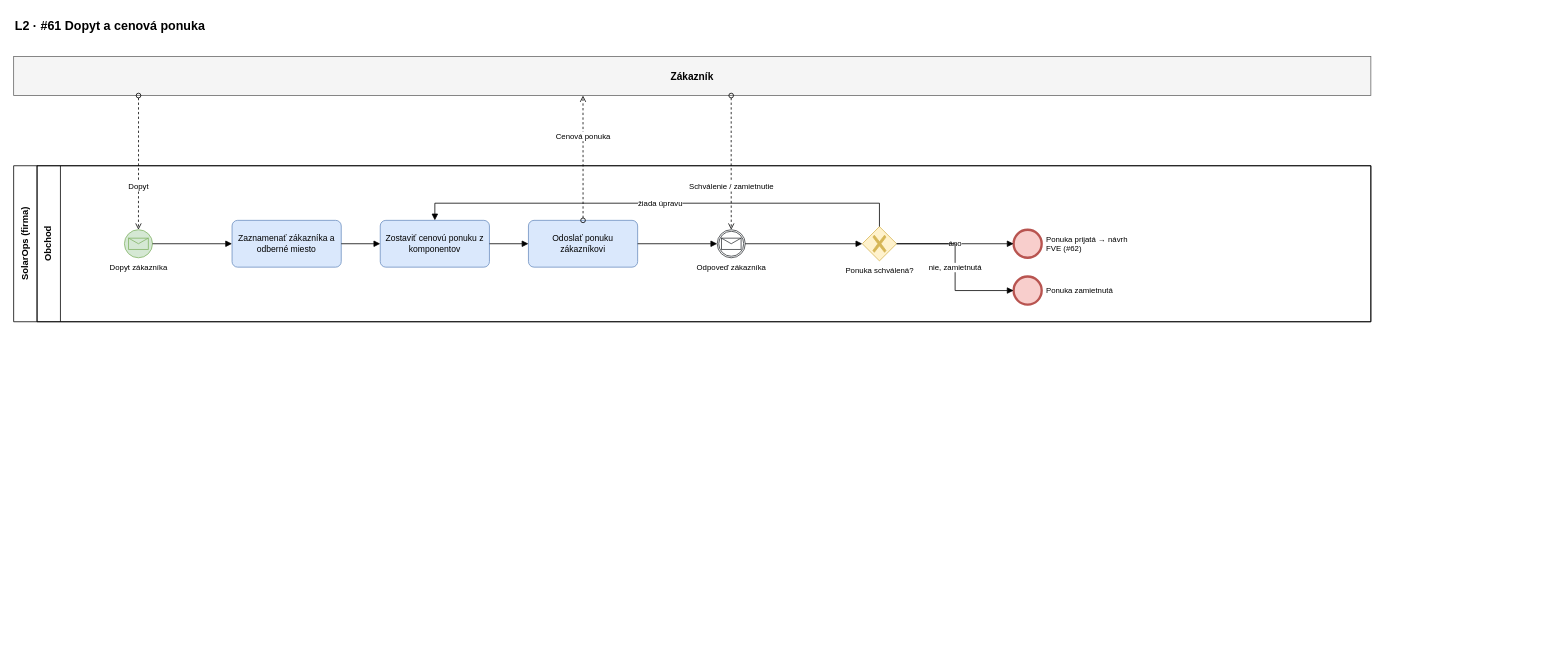
Above: page "#61 Dopyt a ponuka" (2 of 11) of docs/bpmn/solarops-bpmn.drawio in takacmichal/AISPU (draw.io), before the change. Source tidied: cells renumbered, new cells numbered last; positions are measured from the earlier drawing's top-left corner, leaving out a move shared by most shapes. Both pictures are drawn from the tidied source at 78%, with x=0, y=0 at pixel (13, 13).
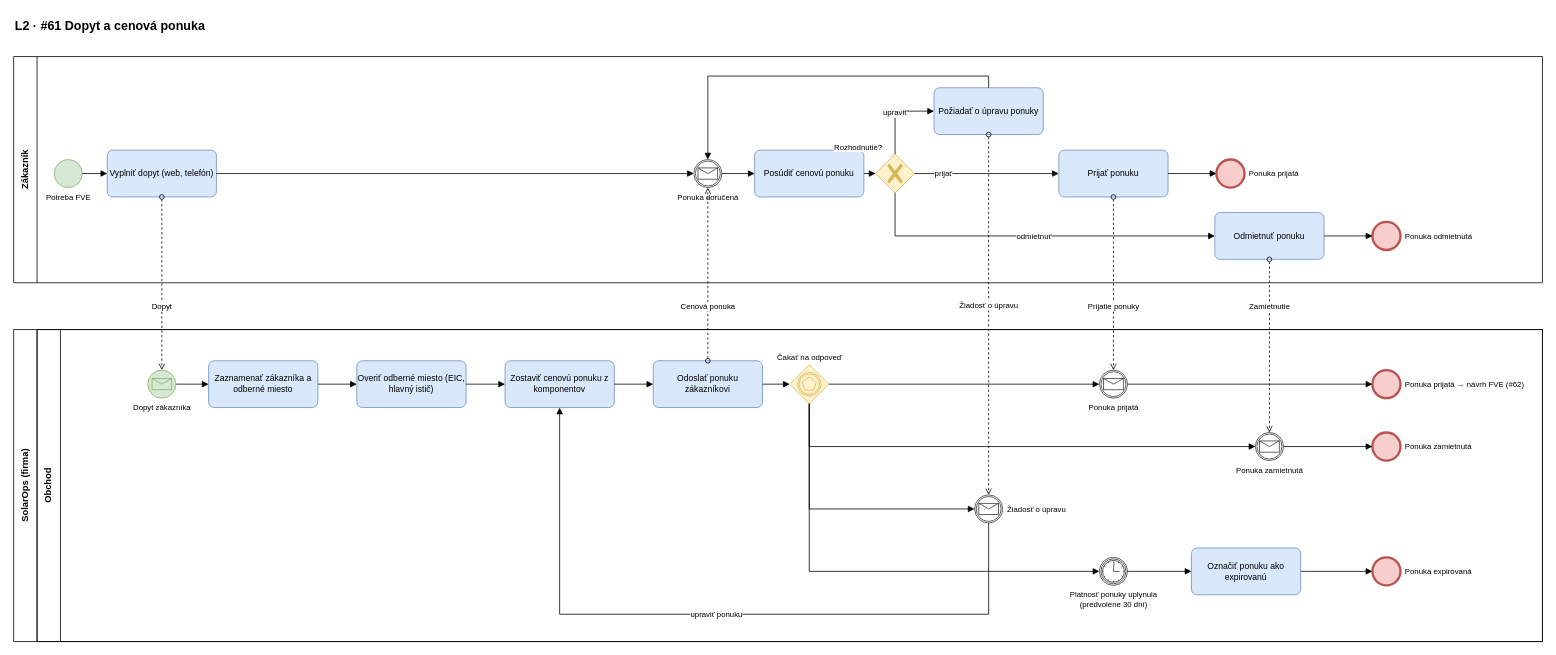
Above is the later version.

The edit, as a diff of the source:
```diff
@@
-    <mxCell id="3" value="Zákazník" style="rounded=0;whiteSpace=wrap;html=1;fillColor=#f5f5f5;strokeColor=#666666;fontStyle=1;fontSize=13;" parent="1" vertex="1">
-      <mxGeometry y="55" width="1740" height="50" as="geometry" />
+    <mxCell id="3" value="Zákazník" style="swimlane;horizontal=0;whiteSpace=wrap;html=1;startSize=30;fontStyle=1;fillColor=none;" parent="1" vertex="1">
+      <mxGeometry y="55" width="1960" height="290" as="geometry" />
     </mxCell>
     <mxCell id="4" value="SolarOps (firma)" style="swimlane;horizontal=0;whiteSpace=wrap;html=1;startSize=30;fontStyle=1;fillColor=none;" parent="1" vertex="1">
-      <mxGeometry y="195" width="1740" height="200" as="geometry" />
+      <mxGeometry y="405" width="1960" height="400" as="geometry" />
     </mxCell>
     <mxCell id="5" value="Obchod" style="swimlane;horizontal=0;whiteSpace=wrap;html=1;startSize=30;fillColor=none;" parent="4" vertex="1">
-      <mxGeometry x="30" width="1710" height="200" as="geometry" />
+      <mxGeometry x="30" width="1930" height="400" as="geometry" />
     </mxCell>
+    <mxCell id="25" value="Potreba FVE" style="shape=mxgraph.bpmn.shape;html=1;labelBackgroundColor=#ffffff;perimeter=ellipsePerimeter;outlineConnect=0;fontSize=10;outline=standard;symbol=general;fillColor=#d5e8d4;strokeColor=#82b366;verticalLabelPosition=bottom;verticalAlign=top;labelPosition=center;align=center;" parent="3" vertex="1">
+      <mxGeometry x="52" y="132" width="36" height="36" as="geometry" />
+    </mxCell>
+    <mxCell id="26" value="Vyplniť dopyt (web, telefón)" style="rounded=1;whiteSpace=wrap;html=1;arcSize=12;fillColor=#dae8fc;strokeColor=#6c8ebf;fontSize=11;" parent="3" vertex="1">
+      <mxGeometry x="120" y="120" width="140" height="60" as="geometry" />
+    </mxCell>
+    <mxCell id="27" value="Ponuka doručená" style="shape=mxgraph.bpmn.shape;html=1;labelBackgroundColor=#ffffff;perimeter=ellipsePerimeter;outlineConnect=0;fontSize=10;outline=catching;symbol=message;fillColor=#ffffff;strokeColor=#36393d;verticalLabelPosition=bottom;verticalAlign=top;labelPosition=center;align=center;" parent="3" vertex="1">
+      <mxGeometry x="872" y="132" width="36" height="36" as="geometry" />
+    </mxCell>
+    <mxCell id="28" value="Posúdiť cenovú ponuku" style="rounded=1;whiteSpace=wrap;html=1;arcSize=12;fillColor=#dae8fc;strokeColor=#6c8ebf;fontSize=11;" parent="3" vertex="1">
+      <mxGeometry x="950" y="120" width="140" height="60" as="geometry" />
+    </mxCell>
+    <mxCell id="29" value="Rozhodnutie?" style="shape=mxgraph.bpmn.gateway2;html=1;labelBackgroundColor=#ffffff;perimeter=rhombusPerimeter;outlineConnect=0;fillColor=#fff2cc;strokeColor=#d6b656;fontSize=10;outline=none;symbol=none;gwType=exclusive;verticalLabelPosition=top;verticalAlign=bottom;labelPosition=left;align=right;spacingRight=-10;" parent="3" vertex="1">
+      <mxGeometry x="1105" y="125" width="50" height="50" as="geometry" />
+    </mxCell>
+    <mxCell id="30" value="Prijať ponuku" style="rounded=1;whiteSpace=wrap;html=1;arcSize=12;fillColor=#dae8fc;strokeColor=#6c8ebf;fontSize=11;" parent="3" vertex="1">
+      <mxGeometry x="1340" y="120" width="140" height="60" as="geometry" />
+    </mxCell>
+    <mxCell id="31" value="Ponuka prijatá" style="shape=mxgraph.bpmn.shape;html=1;labelBackgroundColor=#ffffff;perimeter=ellipsePerimeter;outlineConnect=0;fontSize=10;outline=end;symbol=general;fillColor=#f8cecc;strokeColor=#b85450;verticalLabelPosition=middle;verticalAlign=middle;labelPosition=right;align=left;spacingLeft=4;" parent="3" vertex="1">
+      <mxGeometry x="1542" y="132" width="36" height="36" as="geometry" />
+    </mxCell>
+    <mxCell id="32" value="Požiadať o úpravu ponuky" style="rounded=1;whiteSpace=wrap;html=1;arcSize=12;fillColor=#dae8fc;strokeColor=#6c8ebf;fontSize=11;" parent="3" vertex="1">
+      <mxGeometry x="1180" y="40" width="140" height="60" as="geometry" />
+    </mxCell>
+    <mxCell id="33" value="Odmietnuť ponuku" style="rounded=1;whiteSpace=wrap;html=1;arcSize=12;fillColor=#dae8fc;strokeColor=#6c8ebf;fontSize=11;" parent="3" vertex="1">
+      <mxGeometry x="1540" y="200" width="140" height="60" as="geometry" />
+    </mxCell>
+    <mxCell id="34" value="Ponuka odmietnutá" style="shape=mxgraph.bpmn.shape;html=1;labelBackgroundColor=#ffffff;perimeter=ellipsePerimeter;outlineConnect=0;fontSize=10;outline=end;symbol=general;fillColor=#f8cecc;strokeColor=#b85450;verticalLabelPosition=middle;verticalAlign=middle;labelPosition=right;align=left;spacingLeft=4;" parent="3" vertex="1">
+      <mxGeometry x="1742" y="212" width="36" height="36" as="geometry" />
+    </mxCell>
     <mxCell id="6" value="Dopyt zákazníka" style="shape=mxgraph.bpmn.shape;html=1;labelBackgroundColor=#ffffff;perimeter=ellipsePerimeter;outlineConnect=0;fontSize=10;outline=standard;symbol=message;fillColor=#d5e8d4;strokeColor=#82b366;verticalLabelPosition=bottom;verticalAlign=top;labelPosition=center;align=center;" parent="5" vertex="1">
-      <mxGeometry x="112" y="82" width="36" height="36" as="geometry" />
+      <mxGeometry x="142" y="52" width="36" height="36" as="geometry" />
     </mxCell>
     <mxCell id="7" value="Zaznamenať zákazníka a odberné miesto" style="rounded=1;whiteSpace=wrap;html=1;arcSize=12;fillColor=#dae8fc;strokeColor=#6c8ebf;fontSize=11;" parent="5" vertex="1">
-      <mxGeometry x="250" y="70" width="140" height="60" as="geometry" />
+      <mxGeometry x="220" y="40" width="140" height="60" as="geometry" />
     </mxCell>
+    <mxCell id="35" value="Overiť odberné miesto (EIC, hlavný istič)" style="rounded=1;whiteSpace=wrap;html=1;arcSize=12;fillColor=#dae8fc;strokeColor=#6c8ebf;fontSize=11;" parent="5" vertex="1">
+      <mxGeometry x="410" y="40" width="140" height="60" as="geometry" />
+    </mxCell>
     <mxCell id="8" value="Zostaviť cenovú ponuku z komponentov" style="rounded=1;whiteSpace=wrap;html=1;arcSize=12;fillColor=#dae8fc;strokeColor=#6c8ebf;fontSize=11;" parent="5" vertex="1">
-      <mxGeometry x="440" y="70" width="140" height="60" as="geometry" />
+      <mxGeometry x="600" y="40" width="140" height="60" as="geometry" />
     </mxCell>
     <mxCell id="9" value="Odoslať ponuku zákazníkovi" style="rounded=1;whiteSpace=wrap;html=1;arcSize=12;fillColor=#dae8fc;strokeColor=#6c8ebf;fontSize=11;" parent="5" vertex="1">
-      <mxGeometry x="630" y="70" width="140" height="60" as="geometry" />
+      <mxGeometry x="790" y="40" width="140" height="60" as="geometry" />
     </mxCell>
-    <mxCell id="10" value="Odpoveď zákazníka" style="shape=mxgraph.bpmn.shape;html=1;labelBackgroundColor=#ffffff;perimeter=ellipsePerimeter;outlineConnect=0;fontSize=10;outline=catching;symbol=message;fillColor=#ffffff;strokeColor=#36393d;verticalLabelPosition=bottom;verticalAlign=top;labelPosition=center;align=center;" parent="5" vertex="1">
-      <mxGeometry x="872" y="82" width="36" height="36" as="geometry" />
-    </mxCell>
-    <mxCell id="11" value="Ponuka schválená?" style="shape=mxgraph.bpmn.gateway2;html=1;labelBackgroundColor=#ffffff;perimeter=rhombusPerimeter;outlineConnect=0;fillColor=#fff2cc;strokeColor=#d6b656;fontSize=10;outline=none;symbol=none;gwType=exclusive;verticalLabelPosition=bottom;verticalAlign=top;labelPosition=center;align=center;" parent="5" vertex="1">
-      <mxGeometry x="1058" y="78" width="44" height="44" as="geometry" />
-    </mxCell>
+    <mxCell id="36" value="Čakať na odpoveď" style="shape=mxgraph.bpmn.gateway2;html=1;labelBackgroundColor=#ffffff;perimeter=rhombusPerimeter;outlineConnect=0;fillColor=#fff2cc;strokeColor=#d6b656;fontSize=10;outline=catching;symbol=multiple;verticalLabelPosition=top;verticalAlign=bottom;labelPosition=center;align=center;" parent="5" vertex="1">
+      <mxGeometry x="965" y="45" width="50" height="50" as="geometry" />
+    </mxCell>
+    <mxCell id="37" value="Ponuka prijatá" style="shape=mxgraph.bpmn.shape;html=1;labelBackgroundColor=#ffffff;perimeter=ellipsePerimeter;outlineConnect=0;fontSize=10;outline=catching;symbol=message;fillColor=#ffffff;strokeColor=#36393d;verticalLabelPosition=bottom;verticalAlign=top;labelPosition=center;align=center;" parent="5" vertex="1">
+      <mxGeometry x="1362" y="52" width="36" height="36" as="geometry" />
+    </mxCell>
-    <mxCell id="12" value="Ponuka prijatá → návrh&lt;br&gt;FVE (#62)" style="shape=mxgraph.bpmn.shape;html=1;labelBackgroundColor=#ffffff;perimeter=ellipsePerimeter;outlineConnect=0;fontSize=10;outline=end;symbol=general;fillColor=#f8cecc;strokeColor=#b85450;verticalLabelPosition=middle;verticalAlign=middle;labelPosition=right;align=left;spacingLeft=4;" parent="5" vertex="1">
-      <mxGeometry x="1252" y="82" width="36" height="36" as="geometry" />
+    <mxCell id="12" value="Ponuka prijatá → návrh FVE (#62)" style="shape=mxgraph.bpmn.shape;html=1;labelBackgroundColor=#ffffff;perimeter=ellipsePerimeter;outlineConnect=0;fontSize=10;outline=end;symbol=general;fillColor=#f8cecc;strokeColor=#b85450;verticalLabelPosition=middle;verticalAlign=middle;labelPosition=right;align=left;spacingLeft=4;" parent="5" vertex="1">
+      <mxGeometry x="1712" y="52" width="36" height="36" as="geometry" />
     </mxCell>
+    <mxCell id="38" value="Ponuka zamietnutá" style="shape=mxgraph.bpmn.shape;html=1;labelBackgroundColor=#ffffff;perimeter=ellipsePerimeter;outlineConnect=0;fontSize=10;outline=catching;symbol=message;fillColor=#ffffff;strokeColor=#36393d;verticalLabelPosition=bottom;verticalAlign=top;labelPosition=center;align=center;" parent="5" vertex="1">
+      <mxGeometry x="1562" y="132" width="36" height="36" as="geometry" />
+    </mxCell>
     <mxCell id="13" value="Ponuka zamietnutá" style="shape=mxgraph.bpmn.shape;html=1;labelBackgroundColor=#ffffff;perimeter=ellipsePerimeter;outlineConnect=0;fontSize=10;outline=end;symbol=general;fillColor=#f8cecc;strokeColor=#b85450;verticalLabelPosition=middle;verticalAlign=middle;labelPosition=right;align=left;spacingLeft=4;" parent="5" vertex="1">
-      <mxGeometry x="1252" y="142" width="36" height="36" as="geometry" />
+      <mxGeometry x="1712" y="132" width="36" height="36" as="geometry" />
     </mxCell>
+    <mxCell id="39" value="Žiadosť o úpravu" style="shape=mxgraph.bpmn.shape;html=1;labelBackgroundColor=#ffffff;perimeter=ellipsePerimeter;outlineConnect=0;fontSize=10;outline=catching;symbol=message;fillColor=#ffffff;strokeColor=#36393d;verticalLabelPosition=middle;verticalAlign=middle;labelPosition=right;align=left;spacingLeft=4;" parent="5" vertex="1">
+      <mxGeometry x="1202" y="212" width="36" height="36" as="geometry" />
+    </mxCell>
+    <mxCell id="40" value="Platnosť ponuky uplynula&lt;br&gt;(predvolene 30 dní)" style="shape=mxgraph.bpmn.shape;html=1;labelBackgroundColor=#ffffff;perimeter=ellipsePerimeter;outlineConnect=0;fontSize=10;outline=catching;symbol=timer;fillColor=#ffffff;strokeColor=#36393d;verticalLabelPosition=bottom;verticalAlign=top;labelPosition=center;align=center;" parent="5" vertex="1">
+      <mxGeometry x="1362" y="292" width="36" height="36" as="geometry" />
+    </mxCell>
+    <mxCell id="41" value="Označiť ponuku ako expirovanú" style="rounded=1;whiteSpace=wrap;html=1;arcSize=12;fillColor=#dae8fc;strokeColor=#6c8ebf;fontSize=11;" parent="5" vertex="1">
+      <mxGeometry x="1480" y="280" width="140" height="60" as="geometry" />
+    </mxCell>
+    <mxCell id="42" value="Ponuka expirovaná" style="shape=mxgraph.bpmn.shape;html=1;labelBackgroundColor=#ffffff;perimeter=ellipsePerimeter;outlineConnect=0;fontSize=10;outline=end;symbol=general;fillColor=#f8cecc;strokeColor=#b85450;verticalLabelPosition=middle;verticalAlign=middle;labelPosition=right;align=left;spacingLeft=4;" parent="5" vertex="1">
+      <mxGeometry x="1712" y="292" width="36" height="36" as="geometry" />
+    </mxCell>
+    <mxCell id="43" style="edgeStyle=orthogonalEdgeStyle;rounded=0;html=1;endArrow=block;endFill=1;fontSize=10;labelBackgroundColor=#ffffff;exitX=1;exitY=0.5;entryX=0;entryY=0.5;" parent="1" edge="1" source="25" target="26">
+      <mxGeometry relative="1" as="geometry" />
+    </mxCell>
+    <mxCell id="44" style="edgeStyle=orthogonalEdgeStyle;rounded=0;html=1;endArrow=block;endFill=1;fontSize=10;labelBackgroundColor=#ffffff;exitX=1;exitY=0.5;entryX=0;entryY=0.5;" parent="1" edge="1" source="26" target="27">
+      <mxGeometry relative="1" as="geometry" />
+    </mxCell>
+    <mxCell id="45" style="edgeStyle=orthogonalEdgeStyle;rounded=0;html=1;endArrow=block;endFill=1;fontSize=10;labelBackgroundColor=#ffffff;exitX=1;exitY=0.5;entryX=0;entryY=0.5;" parent="1" edge="1" source="27" target="28">
+      <mxGeometry relative="1" as="geometry" />
+    </mxCell>
+    <mxCell id="46" style="edgeStyle=orthogonalEdgeStyle;rounded=0;html=1;endArrow=block;endFill=1;fontSize=10;labelBackgroundColor=#ffffff;exitX=1;exitY=0.5;entryX=0;entryY=0.5;" parent="1" edge="1" source="28" target="29">
+      <mxGeometry relative="1" as="geometry" />
+    </mxCell>
+    <mxCell id="47" value="prijať" style="edgeStyle=orthogonalEdgeStyle;rounded=0;html=1;endArrow=block;endFill=1;fontSize=10;labelBackgroundColor=#ffffff;exitX=1;exitY=0.5;entryX=0;entryY=0.5;" parent="1" edge="1" source="29" target="30">
+      <mxGeometry x="-0.6" relative="1" as="geometry" />
+    </mxCell>
+    <mxCell id="48" value="upraviť" style="edgeStyle=orthogonalEdgeStyle;rounded=0;html=1;endArrow=block;endFill=1;fontSize=10;labelBackgroundColor=#ffffff;exitX=0.5;exitY=0;entryX=0;entryY=0.5;" parent="1" edge="1" source="29" target="32">
+      <mxGeometry relative="1" as="geometry" />
+    </mxCell>
+    <mxCell id="49" value="odmietnuť" style="edgeStyle=orthogonalEdgeStyle;rounded=0;html=1;endArrow=block;endFill=1;fontSize=10;labelBackgroundColor=#ffffff;exitX=0.5;exitY=1;entryX=0;entryY=0.5;" parent="1" edge="1" source="29" target="33">
+      <mxGeometry relative="1" as="geometry" />
+    </mxCell>
+    <mxCell id="50" style="edgeStyle=orthogonalEdgeStyle;rounded=0;html=1;endArrow=block;endFill=1;fontSize=10;labelBackgroundColor=#ffffff;exitX=1;exitY=0.5;entryX=0;entryY=0.5;" parent="1" edge="1" source="30" target="31">
+      <mxGeometry relative="1" as="geometry" />
+    </mxCell>
+    <mxCell id="51" style="edgeStyle=orthogonalEdgeStyle;rounded=0;html=1;endArrow=block;endFill=1;fontSize=10;labelBackgroundColor=#ffffff;exitX=1;exitY=0.5;entryX=0;entryY=0.5;" parent="1" edge="1" source="33" target="34">
+      <mxGeometry relative="1" as="geometry" />
+    </mxCell>
+    <mxCell id="52" style="edgeStyle=orthogonalEdgeStyle;rounded=0;html=1;endArrow=block;endFill=1;fontSize=10;labelBackgroundColor=#ffffff;exitX=0.5;exitY=0;entryX=0.5;entryY=0;" parent="1" edge="1" source="32" target="27">
+      <mxGeometry relative="1" as="geometry">
+        <Array as="points">
+          <mxPoint x="1250" y="80" />
+          <mxPoint x="890" y="80" />
+        </Array>
+      </mxGeometry>
+    </mxCell>
@@
-    <mxCell id="15" style="edgeStyle=orthogonalEdgeStyle;rounded=0;html=1;endArrow=block;endFill=1;fontSize=10;labelBackgroundColor=#ffffff;exitX=1;exitY=0.5;entryX=0;entryY=0.5;" parent="1" edge="1" source="7" target="8">
+    <mxCell id="15" style="edgeStyle=orthogonalEdgeStyle;rounded=0;html=1;endArrow=block;endFill=1;fontSize=10;labelBackgroundColor=#ffffff;exitX=1;exitY=0.5;entryX=0;entryY=0.5;" parent="1" edge="1" source="7" target="35">
       <mxGeometry relative="1" as="geometry" />
     </mxCell>
-    <mxCell id="16" style="edgeStyle=orthogonalEdgeStyle;rounded=0;html=1;endArrow=block;endFill=1;fontSize=10;labelBackgroundColor=#ffffff;exitX=1;exitY=0.5;entryX=0;entryY=0.5;" parent="1" edge="1" source="8" target="9">
+    <mxCell id="16" style="edgeStyle=orthogonalEdgeStyle;rounded=0;html=1;endArrow=block;endFill=1;fontSize=10;labelBackgroundColor=#ffffff;exitX=1;exitY=0.5;entryX=0;entryY=0.5;" parent="1" edge="1" source="35" target="8">
       <mxGeometry relative="1" as="geometry" />
     </mxCell>
-    <mxCell id="17" style="edgeStyle=orthogonalEdgeStyle;rounded=0;html=1;endArrow=block;endFill=1;fontSize=10;labelBackgroundColor=#ffffff;exitX=1;exitY=0.5;entryX=0;entryY=0.5;" parent="1" edge="1" source="9" target="10">
+    <mxCell id="17" style="edgeStyle=orthogonalEdgeStyle;rounded=0;html=1;endArrow=block;endFill=1;fontSize=10;labelBackgroundColor=#ffffff;exitX=1;exitY=0.5;entryX=0;entryY=0.5;" parent="1" edge="1" source="8" target="9">
       <mxGeometry relative="1" as="geometry" />
     </mxCell>
-    <mxCell id="18" style="edgeStyle=orthogonalEdgeStyle;rounded=0;html=1;endArrow=block;endFill=1;fontSize=10;labelBackgroundColor=#ffffff;exitX=1;exitY=0.5;entryX=0;entryY=0.5;" parent="1" edge="1" source="10" target="11">
+    <mxCell id="18" style="edgeStyle=orthogonalEdgeStyle;rounded=0;html=1;endArrow=block;endFill=1;fontSize=10;labelBackgroundColor=#ffffff;exitX=1;exitY=0.5;entryX=0;entryY=0.5;" parent="1" edge="1" source="9" target="36">
       <mxGeometry relative="1" as="geometry" />
     </mxCell>
-    <mxCell id="19" value="áno" style="edgeStyle=orthogonalEdgeStyle;rounded=0;html=1;endArrow=block;endFill=1;fontSize=10;labelBackgroundColor=#ffffff;exitX=1;exitY=0.5;entryX=0;entryY=0.5;" parent="1" edge="1" source="11" target="12">
+    <mxCell id="19" style="edgeStyle=orthogonalEdgeStyle;rounded=0;html=1;endArrow=block;endFill=1;fontSize=10;labelBackgroundColor=#ffffff;exitX=1;exitY=0.5;entryX=0;entryY=0.5;" parent="1" edge="1" source="36" target="37">
       <mxGeometry relative="1" as="geometry" />
     </mxCell>
-    <mxCell id="20" value="nie, zamietnutá" style="edgeStyle=orthogonalEdgeStyle;rounded=0;html=1;endArrow=block;endFill=1;fontSize=10;labelBackgroundColor=#ffffff;exitX=1;exitY=0.5;entryX=0;entryY=0.5;" parent="1" edge="1" source="11" target="13">
+    <mxCell id="20" style="edgeStyle=orthogonalEdgeStyle;rounded=0;html=1;endArrow=block;endFill=1;fontSize=10;labelBackgroundColor=#ffffff;exitX=0.5;exitY=1;entryX=0;entryY=0.5;" parent="1" edge="1" source="36" target="38">
       <mxGeometry relative="1" as="geometry" />
     </mxCell>
-    <mxCell id="21" value="žiada úpravu" style="edgeStyle=orthogonalEdgeStyle;rounded=0;html=1;endArrow=block;endFill=1;fontSize=10;labelBackgroundColor=#ffffff;exitX=0.5;exitY=0;entryX=0.5;entryY=0;" parent="1" edge="1" source="11" target="8">
-      <mxGeometry relative="1" as="geometry">
-        <Array as="points">
-          <mxPoint x="1110" y="243" />
-          <mxPoint x="540" y="243" />
-        </Array>
-      </mxGeometry>
+    <mxCell id="21" style="edgeStyle=orthogonalEdgeStyle;rounded=0;html=1;endArrow=block;endFill=1;fontSize=10;labelBackgroundColor=#ffffff;exitX=0.5;exitY=1;entryX=0;entryY=0.5;" parent="1" edge="1" source="36" target="39">
+      <mxGeometry relative="1" as="geometry" />
     </mxCell>
-    <mxCell id="22" value="Dopyt" style="edgeStyle=orthogonalEdgeStyle;rounded=0;html=1;dashed=1;endArrow=open;endFill=0;startArrow=oval;startFill=0;fontSize=10;labelBackgroundColor=#ffffff;exitX=0.0920;exitY=1;entryX=0.5;entryY=0;" parent="1" edge="1" source="3" target="6">
-      <mxGeometry x="0.35" relative="1" as="geometry" />
+    <mxCell id="22" style="edgeStyle=orthogonalEdgeStyle;rounded=0;html=1;endArrow=block;endFill=1;fontSize=10;labelBackgroundColor=#ffffff;exitX=0.5;exitY=1;entryX=0;entryY=0.5;" parent="1" edge="1" source="36" target="40">
+      <mxGeometry relative="1" as="geometry" />
     </mxCell>
-    <mxCell id="23" value="Cenová ponuka" style="edgeStyle=orthogonalEdgeStyle;rounded=0;html=1;dashed=1;endArrow=open;endFill=0;startArrow=oval;startFill=0;fontSize=10;labelBackgroundColor=#ffffff;exitX=0.5;exitY=0;entryX=0.4195;entryY=1;" parent="1" edge="1" source="9" target="3">
-      <mxGeometry x="0.35" relative="1" as="geometry" />
+    <mxCell id="23" style="edgeStyle=orthogonalEdgeStyle;rounded=0;html=1;endArrow=block;endFill=1;fontSize=10;labelBackgroundColor=#ffffff;exitX=1;exitY=0.5;entryX=0;entryY=0.5;" parent="1" edge="1" source="37" target="12">
+      <mxGeometry relative="1" as="geometry" />
     </mxCell>
-    <mxCell id="24" value="Schválenie / zamietnutie" style="edgeStyle=orthogonalEdgeStyle;rounded=0;html=1;dashed=1;endArrow=open;endFill=0;startArrow=oval;startFill=0;fontSize=10;labelBackgroundColor=#ffffff;exitX=0.5287;exitY=1;entryX=0.5;entryY=0;" parent="1" edge="1" source="3" target="10">
-      <mxGeometry x="0.35" relative="1" as="geometry" />
+    <mxCell id="24" style="edgeStyle=orthogonalEdgeStyle;rounded=0;html=1;endArrow=block;endFill=1;fontSize=10;labelBackgroundColor=#ffffff;exitX=1;exitY=0.5;entryX=0;entryY=0.5;" parent="1" edge="1" source="38" target="13">
+      <mxGeometry relative="1" as="geometry" />
     </mxCell>
+    <mxCell id="53" style="edgeStyle=orthogonalEdgeStyle;rounded=0;html=1;endArrow=block;endFill=1;fontSize=10;labelBackgroundColor=#ffffff;exitX=1;exitY=0.5;entryX=0;entryY=0.5;" parent="1" edge="1" source="40" target="41">
+      <mxGeometry relative="1" as="geometry" />
+    </mxCell>
+    <mxCell id="54" style="edgeStyle=orthogonalEdgeStyle;rounded=0;html=1;endArrow=block;endFill=1;fontSize=10;labelBackgroundColor=#ffffff;exitX=1;exitY=0.5;entryX=0;entryY=0.5;" parent="1" edge="1" source="41" target="42">
+      <mxGeometry relative="1" as="geometry" />
+    </mxCell>
+    <mxCell id="55" value="upraviť ponuku" style="edgeStyle=orthogonalEdgeStyle;rounded=0;html=1;endArrow=block;endFill=1;fontSize=10;labelBackgroundColor=#ffffff;exitX=0.5;exitY=1;entryX=0.5;entryY=1;" parent="1" edge="1" source="39" target="8">
+      <mxGeometry relative="1" as="geometry">
+        <Array as="points">
+          <mxPoint x="1250" y="770" />
+          <mxPoint x="700" y="770" />
+        </Array>
+      </mxGeometry>
+    </mxCell>
+    <mxCell id="56" value="Dopyt" style="edgeStyle=orthogonalEdgeStyle;rounded=0;html=1;dashed=1;endArrow=open;endFill=0;startArrow=oval;startFill=0;fontSize=10;labelBackgroundColor=#ffffff;exitX=0.5;exitY=1;entryX=0.5;entryY=0;" parent="1" edge="1" source="26" target="6">
+      <mxGeometry x="0.26" relative="1" as="geometry" />
+    </mxCell>
+    <mxCell id="57" value="Cenová ponuka" style="edgeStyle=orthogonalEdgeStyle;rounded=0;html=1;dashed=1;endArrow=open;endFill=0;startArrow=oval;startFill=0;fontSize=10;labelBackgroundColor=#ffffff;exitX=0.5;exitY=0;entryX=0.5;entryY=1;" parent="1" edge="1" source="9" target="27">
+      <mxGeometry x="-0.37" relative="1" as="geometry" />
+    </mxCell>
+    <mxCell id="58" value="Žiadosť o úpravu" style="edgeStyle=orthogonalEdgeStyle;rounded=0;html=1;dashed=1;endArrow=open;endFill=0;startArrow=oval;startFill=0;fontSize=10;labelBackgroundColor=#ffffff;exitX=0.5;exitY=1;entryX=0.5;entryY=0;" parent="1" edge="1" source="32" target="39">
+      <mxGeometry x="-0.05" relative="1" as="geometry" />
+    </mxCell>
+    <mxCell id="59" value="Prijatie ponuky" style="edgeStyle=orthogonalEdgeStyle;rounded=0;html=1;dashed=1;endArrow=open;endFill=0;startArrow=oval;startFill=0;fontSize=10;labelBackgroundColor=#ffffff;exitX=0.5;exitY=1;entryX=0.5;entryY=0;" parent="1" edge="1" source="30" target="37">
+      <mxGeometry x="0.26" relative="1" as="geometry" />
+    </mxCell>
+    <mxCell id="60" value="Zamietnutie" style="edgeStyle=orthogonalEdgeStyle;rounded=0;html=1;dashed=1;endArrow=open;endFill=0;startArrow=oval;startFill=0;fontSize=10;labelBackgroundColor=#ffffff;exitX=0.5;exitY=1;entryX=0.5;entryY=0;" parent="1" edge="1" source="33" target="38">
+      <mxGeometry x="-0.46" relative="1" as="geometry" />
+    </mxCell>
```
